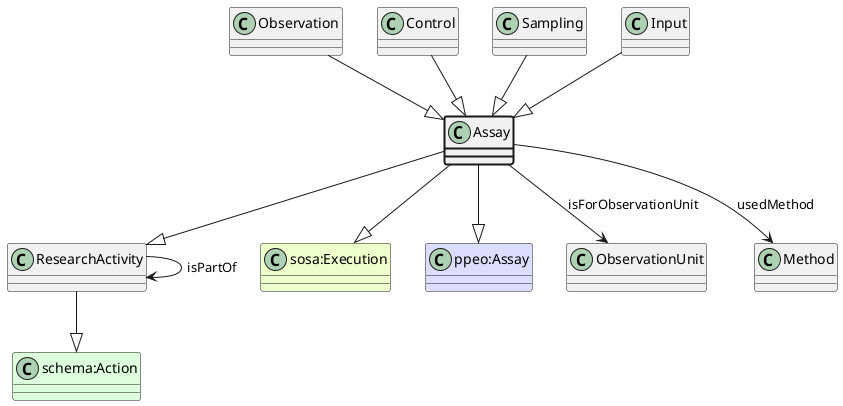
Earlier version of the PlantUML export ttl_uml/ttl_appn_Assay.png (aus-plant-phenomics-network/appn-schema).
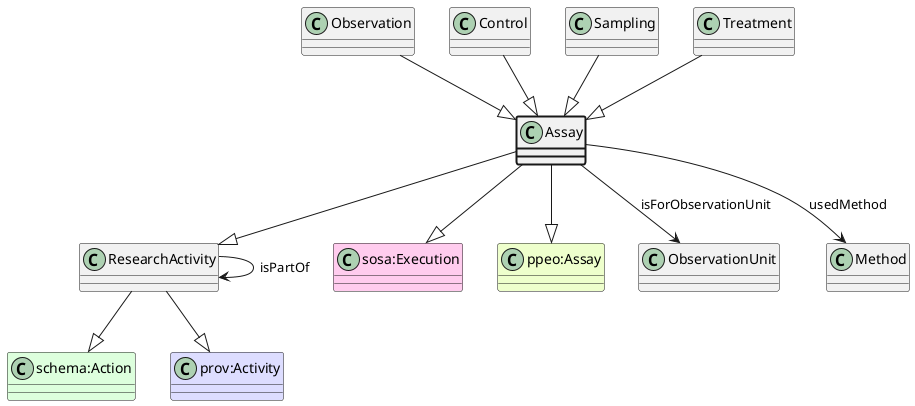
After the commit.

Diff of the diagram source:
```diff
@@ -3,10 +3,12 @@
 class ResearchActivity
 class "schema:Action" #DDFFDD
 ResearchActivity --|> "schema:Action"
+class "prov:Activity" #DDDDFF
+ResearchActivity --|> "prov:Activity"
 Assay --|> ResearchActivity
-class "sosa:Execution" #EEFFCC
+class "sosa:Execution" #FFCCEE
 Assay --|> "sosa:Execution"
-class "ppeo:Assay" #DDDDFF
+class "ppeo:Assay" #EEFFCC
 Assay --|> "ppeo:Assay"
 class ObservationUnit
 Assay --> ObservationUnit : isForObservationUnit
@@ -20,6 +22,6 @@
 Control --|> Assay
 class Sampling
 Sampling --|> Assay
-class Input
-Input --|> Assay
+class Treatment
+Treatment --|> Assay
 @enduml
```
